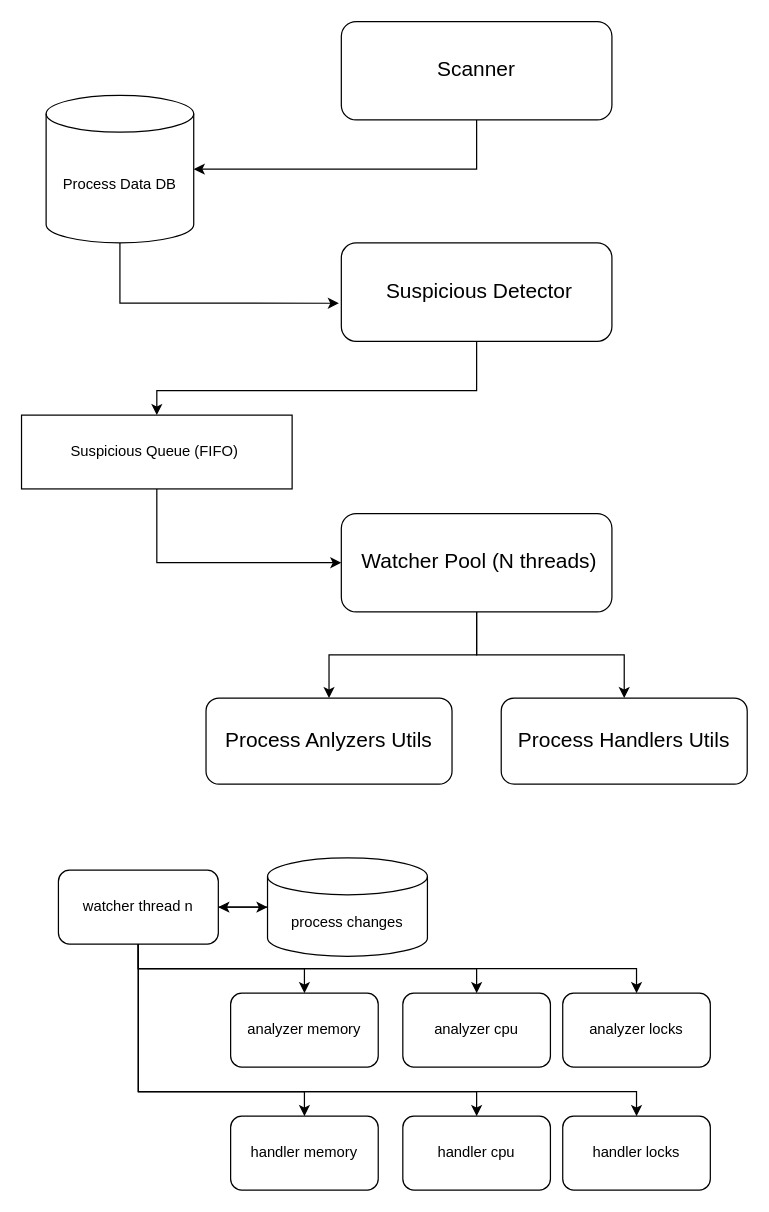
This is ProcGuard/diagram/proc_guard.drawio from idogiat/ProcGuard, a draw.io file, before an edit. Source tidied: cells renumbered, new cells numbered last; positions are measured from the earlier drawing's top-left corner, leaving out a move shared by most shapes. Both pictures are drawn from the tidied source at 123%, with x=0, y=0 at pixel (21, 21).
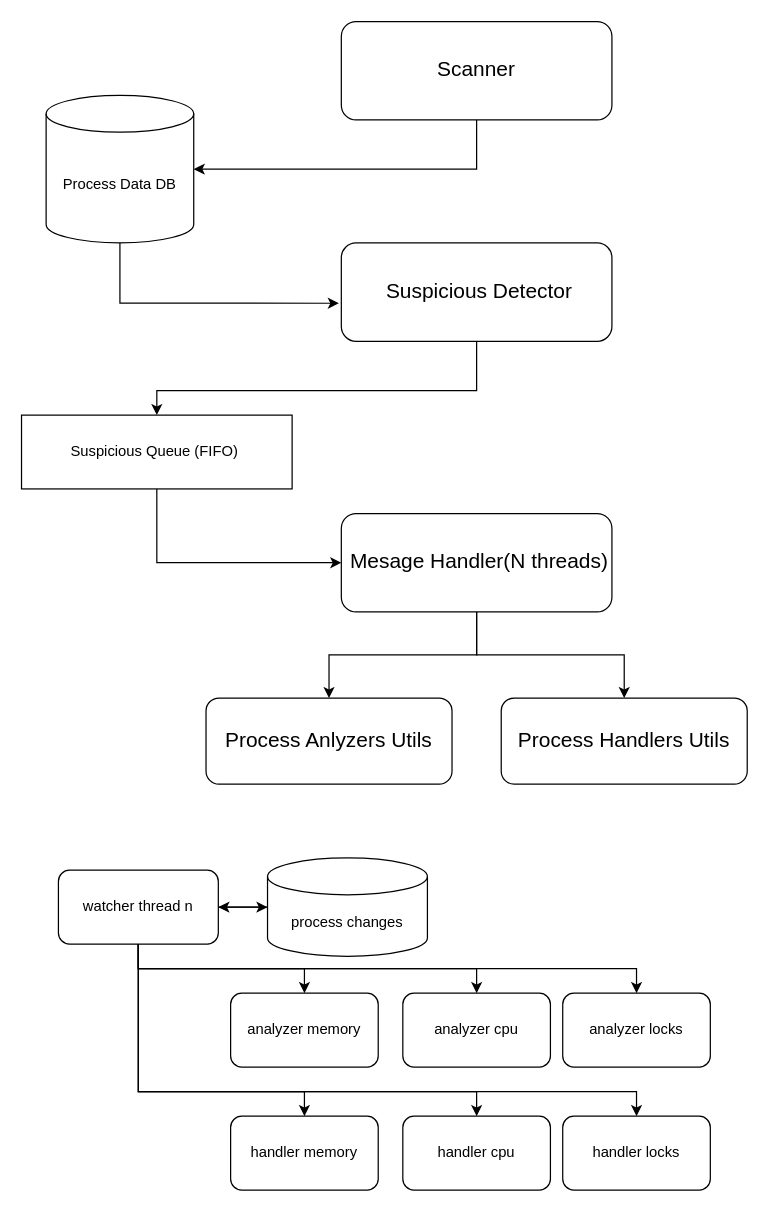
After the change.

Diff of the diagram source:
```diff
@@
-    <mxCell id="12" value="&lt;font style=&quot;font-size: 17px;&quot;&gt;&amp;nbsp;Watcher Pool (N threads)&lt;/font&gt;" style="rounded=1;whiteSpace=wrap;html=1;" parent="1" vertex="1">
+    <mxCell id="12" value="&lt;font style=&quot;font-size: 17px;&quot;&gt;&amp;nbsp;Mesage Handler(N threads)&lt;/font&gt;" style="rounded=1;whiteSpace=wrap;html=1;" parent="1" vertex="1">
       <mxGeometry x="260" y="400" width="220" height="80" as="geometry" />
     </mxCell>
```
